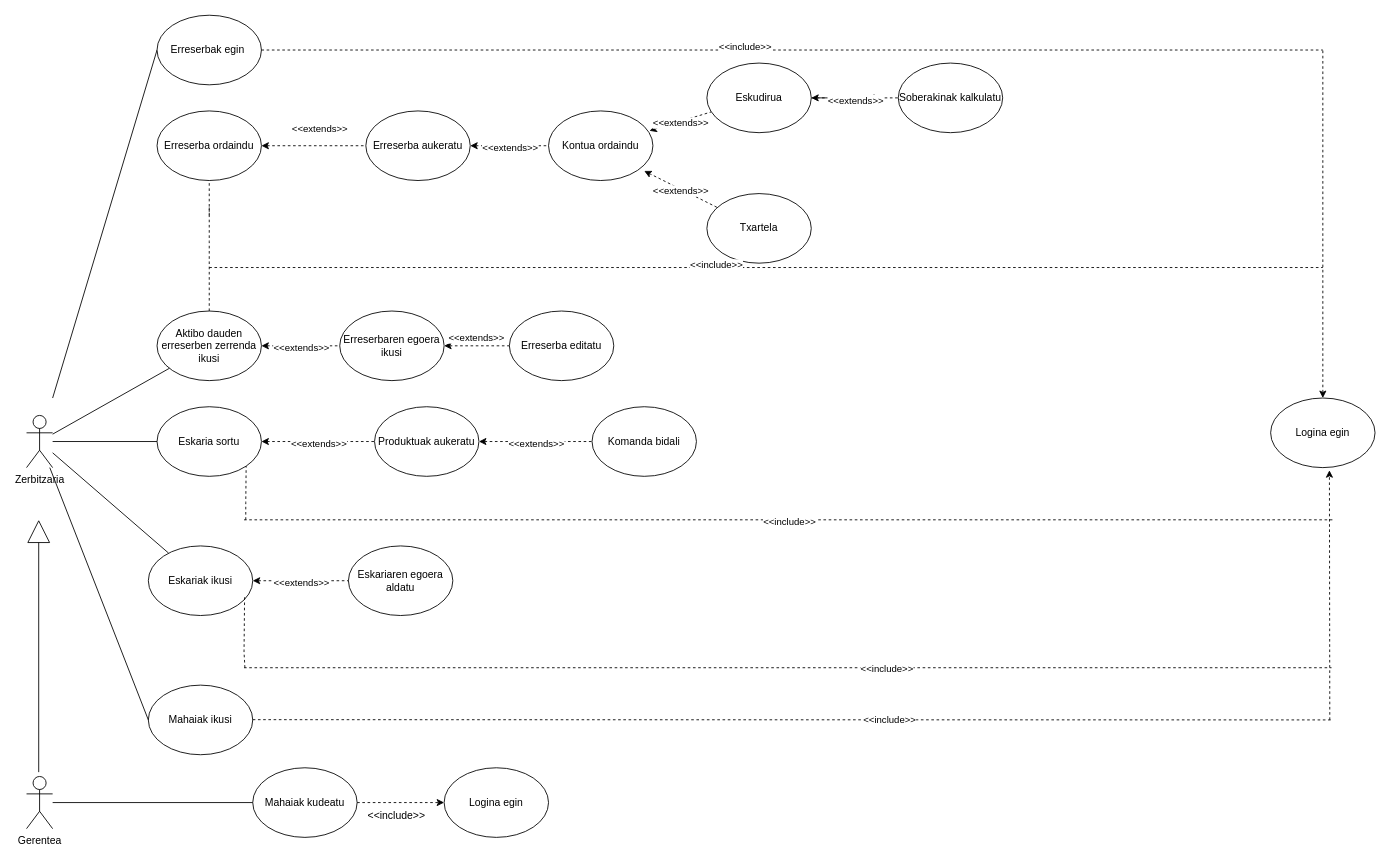
Before: Diagramak/TPV/TPV erabilpen-kasu diagrama.drawio in iguisado228/2MG3_1Erronka, a draw.io diagram. Source tidied: cells renumbered, new cells numbered last; positions are measured from the earlier drawing's top-left corner, leaving out a move shared by most shapes. Both pictures are drawn from the tidied source at 87%, with x=0, y=0 at pixel (26, 15).
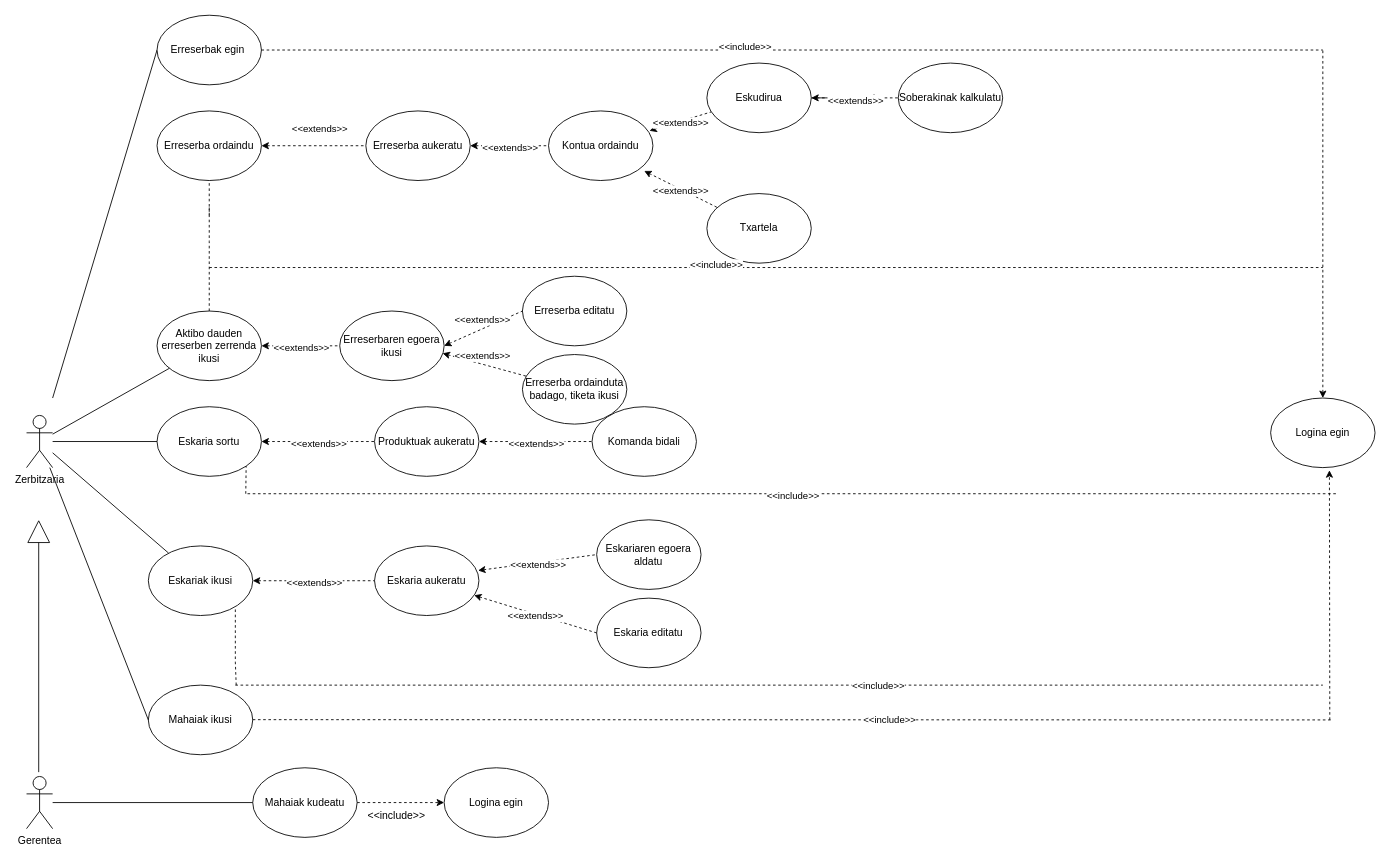
The same page after the edit.

Commit message:
Erabilpen kasu diagrama zuzenduta

The change refers to these unchanged cells:
```xml
<mxCell id="11" value="Eskaria sortu" style="ellipse;whiteSpace=wrap;html=1;" parent="1" vertex="1">
  <mxGeometry x="150" y="450" width="120" height="80" as="geometry" />
</mxCell>
<mxCell id="18" value="Erreserbaren egoera ikusi" style="ellipse;whiteSpace=wrap;html=1;" parent="1" vertex="1">
  <mxGeometry x="360" y="340" width="120" height="80" as="geometry" />
</mxCell>
<mxCell id="61" value="Eskariak ikusi" style="ellipse;whiteSpace=wrap;html=1;" parent="1" vertex="1">
  <mxGeometry x="140" y="610" width="120" height="80" as="geometry" />
</mxCell>
```

The edit, as a diff of the source:
```diff
@@
-    <mxCell id="12" value="Eskariaren egoera aldatu" style="ellipse;whiteSpace=wrap;html=1;" parent="1" vertex="1">
-      <mxGeometry x="370" y="610" width="120" height="80" as="geometry" />
+    <mxCell id="12" value="Eskaria editatu" style="ellipse;whiteSpace=wrap;html=1;" parent="1" vertex="1">
+      <mxGeometry x="655.3" y="670" width="120" height="80" as="geometry" />
     </mxCell>
@@
     <mxCell id="38" style="endArrow=none;dashed=1;html=1;rounded=0;" parent="1" edge="1">
       <mxGeometry relative="1" as="geometry">
-        <mxPoint x="250" y="750" as="sourcePoint" />
-        <mxPoint x="1500" y="750" as="targetPoint" />
+        <mxPoint x="240" y="770" as="sourcePoint" />
+        <mxPoint x="1490" y="770" as="targetPoint" />
       </mxGeometry>
     </mxCell>
@@
     <mxCell id="41" style="endArrow=none;dashed=1;html=1;rounded=0;entryX=1;entryY=1;entryDx=0;entryDy=0;" parent="1" edge="1" target="11">
       <mxGeometry relative="1" as="geometry">
-        <mxPoint x="252" y="580" as="sourcePoint" />
-        <Array as="points">
-          <mxPoint x="252" y="560" />
-        </Array>
+        <mxPoint x="252" y="550" as="sourcePoint" />
       </mxGeometry>
     </mxCell>
     <mxCell id="42" style="endArrow=none;dashed=1;html=1;rounded=0;" parent="1" edge="1">
       <mxGeometry relative="1" as="geometry">
-        <mxPoint x="250" y="580" as="sourcePoint" />
-        <mxPoint x="1501.6" y="580" as="targetPoint" />
+        <mxPoint x="254" y="550" as="sourcePoint" />
+        <mxPoint x="1505.6" y="550" as="targetPoint" />
       </mxGeometry>
     </mxCell>
@@
     <mxCell id="53" value="Erreserba editatu" style="ellipse;whiteSpace=wrap;html=1;" parent="1" vertex="1">
-      <mxGeometry x="555" y="340" width="120" height="80" as="geometry" />
+      <mxGeometry x="570" y="300" width="120" height="80" as="geometry" />
     </mxCell>
@@
-    <mxCell id="62" style="endArrow=none;dashed=1;html=1;rounded=0;entryX=0.922;entryY=0.731;entryDx=0;entryDy=0;entryPerimeter=0;" parent="1" edge="1" target="61">
+    <mxCell id="62" style="endArrow=none;dashed=1;html=1;rounded=0;" parent="1" edge="1">
       <mxGeometry relative="1" as="geometry">
-        <mxPoint x="251" y="750" as="sourcePoint" />
+        <mxPoint x="241" y="770" as="sourcePoint" />
+        <mxPoint x="240" y="680" as="targetPoint" />
         <Array as="points">
-          <mxPoint x="250" y="732" />
+          <mxPoint x="240" y="743.5" />
         </Array>
       </mxGeometry>
     </mxCell>
-    <mxCell id="63" style="endArrow=none;dashed=1;html=1;rounded=0;exitX=1;exitY=0.5;exitDx=0;exitDy=0;startArrow=classic;startFill=1;" parent="1" edge="1" source="61">
-      <mxGeometry relative="1" as="geometry">
-        <mxPoint x="370" y="650" as="targetPoint" />
-      </mxGeometry>
+    <mxCell id="63" style="endArrow=none;dashed=1;html=1;rounded=0;startArrow=classic;startFill=1;entryX=0;entryY=0.5;entryDx=0;entryDy=0;exitX=0.992;exitY=0.353;exitDx=0;exitDy=0;exitPerimeter=0;" parent="1" edge="1" source="75" target="72">
+      <mxGeometry relative="1" as="geometry" />
     </mxCell>
@@
+    <mxCell id="69" value="Erreserba ordainduta badago, tiketa ikusi" style="ellipse;whiteSpace=wrap;html=1;" parent="1" vertex="1">
+      <mxGeometry x="570" y="390" width="120" height="80" as="geometry" />
+    </mxCell>
+    <mxCell id="70" style="endArrow=none;dashed=1;html=1;rounded=0;exitX=0.985;exitY=0.608;exitDx=0;exitDy=0;startArrow=classic;startFill=1;exitPerimeter=0;" parent="1" edge="1" source="18" target="69">
+      <mxGeometry relative="1" as="geometry" />
+    </mxCell>
+    <mxCell id="71" value="&amp;lt;&amp;lt;extends&amp;gt;&amp;gt;" style="edgeLabel;html=1;align=center;verticalAlign=middle;" parent="70" vertex="1">
+      <mxGeometry y="-2" relative="1" as="geometry">
+        <mxPoint x="-2" y="-12" as="offset" />
+      </mxGeometry>
+    </mxCell>
+    <mxCell id="72" value="Eskariaren egoera aldatu" style="ellipse;whiteSpace=wrap;html=1;" parent="1" vertex="1">
+      <mxGeometry x="655.3" y="580" width="120" height="80" as="geometry" />
+    </mxCell>
+    <mxCell id="73" style="endArrow=none;dashed=1;html=1;rounded=0;startArrow=classic;startFill=1;entryX=0;entryY=0.5;entryDx=0;entryDy=0;" parent="1" edge="1" source="75" target="12">
+      <mxGeometry relative="1" as="geometry" />
+    </mxCell>
+    <mxCell id="74" value="&amp;lt;&amp;lt;extends&amp;gt;&amp;gt;" style="edgeLabel;html=1;align=center;verticalAlign=middle;" parent="73" vertex="1">
+      <mxGeometry y="-2" relative="1" as="geometry" />
+    </mxCell>
+    <mxCell id="75" value="Eskaria aukeratu" style="ellipse;whiteSpace=wrap;html=1;" parent="1" vertex="1">
+      <mxGeometry x="400" y="610" width="120" height="80" as="geometry" />
+    </mxCell>
+    <mxCell id="76" style="endArrow=none;dashed=1;html=1;rounded=0;startArrow=classic;startFill=1;entryX=0;entryY=0.5;entryDx=0;entryDy=0;exitX=1;exitY=0.5;exitDx=0;exitDy=0;" parent="1" edge="1" source="61" target="75">
+      <mxGeometry relative="1" as="geometry" />
+    </mxCell>
+    <mxCell id="77" value="&amp;lt;&amp;lt;extends&amp;gt;&amp;gt;" style="edgeLabel;html=1;align=center;verticalAlign=middle;" parent="76" vertex="1">
+      <mxGeometry y="-2" relative="1" as="geometry" />
+    </mxCell>
```
